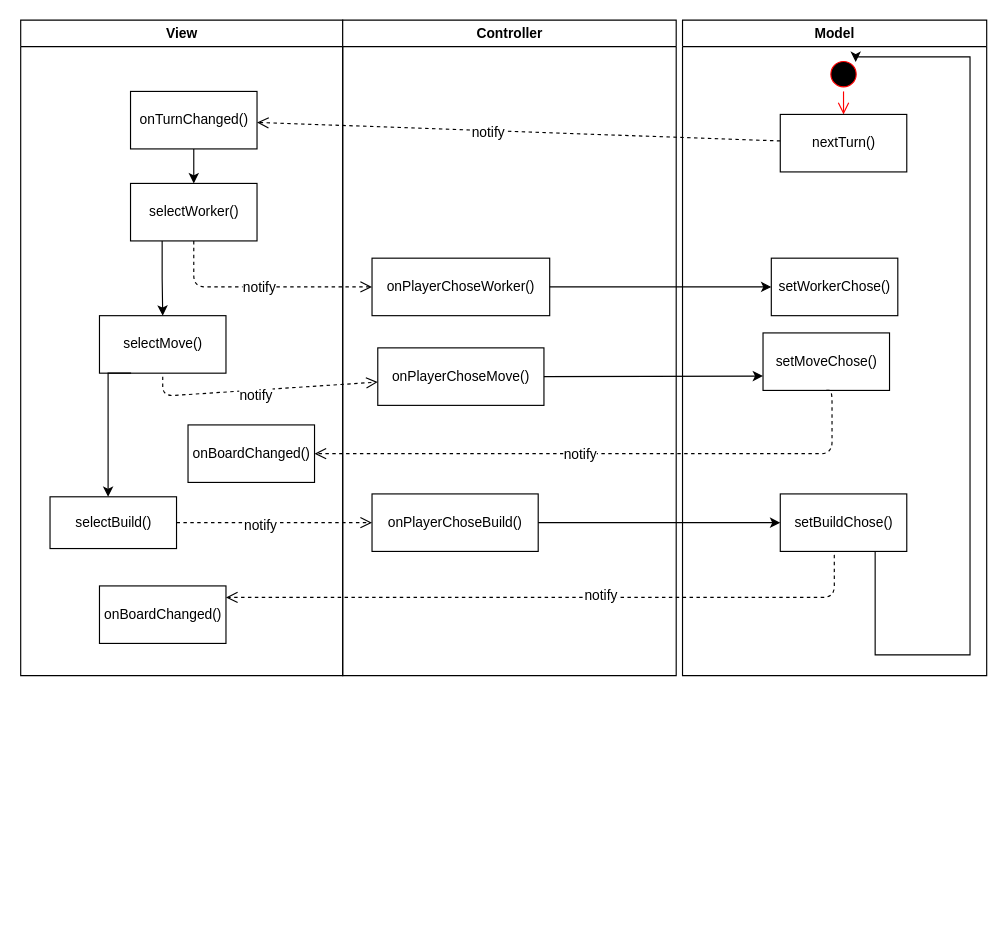
Above: Sequence Diagram - Turno di Gioco.drawio in massitaverna/ing-sw-2020-taverna-sorrentino-stagnoli (draw.io), before the change. Source tidied: cells renumbered, new cells numbered last; positions are measured from the earlier drawing's top-left corner, leaving out a move shared by most shapes. Both pictures are drawn from the tidied source at 115%, with x=0, y=0 at pixel (20, 20).
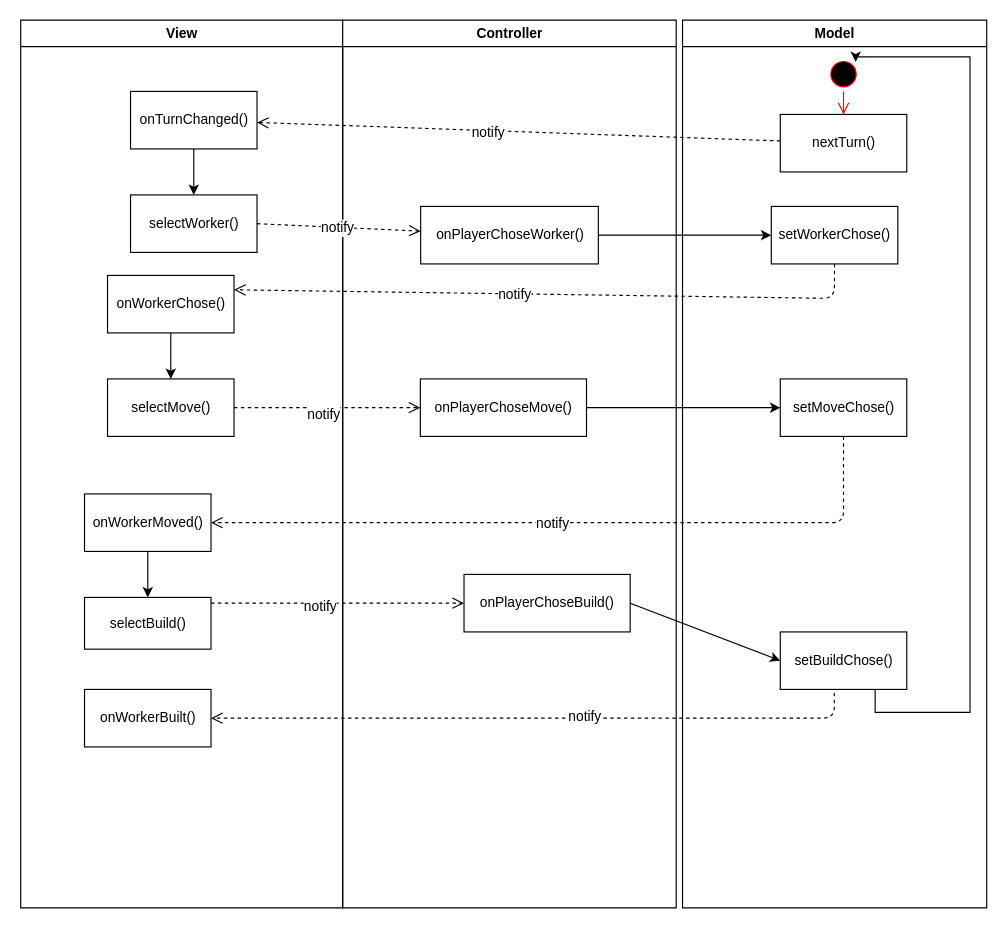
The same page after the edit.

The change refers to these unchanged cells:
```xml
<mxCell id="17" style="ellipse;html=1;shape=startState;fillColor=#000000;strokeColor=#ff0000;" parent="16" vertex="1">
  <mxGeometry x="125" y="32" width="30" height="30" as="geometry" />
</mxCell>
```

What changed in the source:
```diff
@@
     <mxCell id="2" value="View" style="swimlane;whiteSpace=wrap;" parent="1" vertex="1">
-      <mxGeometry x="0.5" width="280" height="570" as="geometry" />
+      <mxGeometry x="0.5" width="280" height="772" as="geometry" />
     </mxCell>
     <mxCell id="3" value="selectWorker()" style="html=1;" parent="2" vertex="1">
-      <mxGeometry x="95.5" y="142" width="110" height="50" as="geometry" />
+      <mxGeometry x="95.5" y="152" width="110" height="50" as="geometry" />
     </mxCell>
     <mxCell id="4" value="selectMove()" style="html=1;" parent="2" vertex="1">
-      <mxGeometry x="68.5" y="257" width="110" height="50" as="geometry" />
+      <mxGeometry x="75.5" y="312" width="110" height="50" as="geometry" />
     </mxCell>
-    <mxCell id="5" style="edgeStyle=orthogonalEdgeStyle;rounded=0;jettySize=auto;html=1;exitX=0.25;exitY=1;exitDx=0;exitDy=0;" parent="2" edge="1" source="3" target="4">
-      <mxGeometry relative="1" as="geometry" />
-    </mxCell>
@@
-    <mxCell id="8" value="onBoardChanged()" style="html=1;" parent="2" vertex="1">
-      <mxGeometry x="68.5" y="492" width="110" height="50" as="geometry" />
+    <mxCell id="8" value="onWorkerBuilt()" style="html=1;" parent="2" vertex="1">
+      <mxGeometry x="55.5" y="582" width="110" height="50" as="geometry" />
     </mxCell>
     <mxCell id="9" value="selectBuild()" style="html=1;" parent="2" vertex="1">
-      <mxGeometry x="25.5" y="414.5" width="110" height="45" as="geometry" />
+      <mxGeometry x="55.5" y="502" width="110" height="45" as="geometry" />
     </mxCell>
-    <mxCell id="10" style="edgeStyle=orthogonalEdgeStyle;rounded=0;jettySize=auto;html=1;exitX=0.25;exitY=1;exitDx=0;exitDy=0;" parent="2" edge="1" source="4" target="9">
-      <mxGeometry relative="1" as="geometry">
-        <Array as="points">
-          <mxPoint x="76" y="307" />
-        </Array>
-      </mxGeometry>
-    </mxCell>
-    <mxCell id="11" value="onBoardChanged()" style="html=1;" parent="2" vertex="1">
-      <mxGeometry x="145.5" y="352" width="110" height="50" as="geometry" />
+    <mxCell id="11" value="onWorkerMoved()" style="html=1;" parent="2" vertex="1">
+      <mxGeometry x="55.5" y="412" width="110" height="50" as="geometry" />
     </mxCell>
+    <mxCell id="39" style="edgeStyle=orthogonalEdgeStyle;rounded=0;jettySize=auto;html=1;exitX=0.5;exitY=1;exitDx=0;exitDy=0;entryX=0.5;entryY=0;entryDx=0;entryDy=0;" parent="2" edge="1" source="11" target="9">
+      <mxGeometry relative="1" as="geometry" />
+    </mxCell>
+    <mxCell id="40" style="edgeStyle=orthogonalEdgeStyle;rounded=0;jettySize=auto;html=1;exitX=0.5;exitY=1;exitDx=0;exitDy=0;entryX=0.5;entryY=0;entryDx=0;entryDy=0;" parent="2" edge="1" source="41" target="4">
+      <mxGeometry relative="1" as="geometry" />
+    </mxCell>
+    <mxCell id="41" value="onWorkerChose()" style="html=1;" parent="2" vertex="1">
+      <mxGeometry x="75.5" y="222" width="110" height="50" as="geometry" />
+    </mxCell>
     <mxCell id="12" value="Controller" style="swimlane;whiteSpace=wrap;" parent="1" vertex="1">
-      <mxGeometry x="280.5" width="290" height="570" as="geometry" />
+      <mxGeometry x="280.5" width="290" height="772" as="geometry" />
     </mxCell>
     <mxCell id="13" value="onPlayerChoseWorker()" style="html=1;" parent="12" vertex="1">
-      <mxGeometry x="25.5" y="207" width="154.5" height="50" as="geometry" />
+      <mxGeometry x="67.8" y="162" width="154.5" height="50" as="geometry" />
     </mxCell>
     <mxCell id="14" value="onPlayerChoseMove()" style="html=1;" parent="12" vertex="1">
-      <mxGeometry x="30.5" y="285" width="144.5" height="50" as="geometry" />
+      <mxGeometry x="67.5" y="312" width="144.5" height="50" as="geometry" />
     </mxCell>
     <mxCell id="15" value="onPlayerChoseBuild()" style="html=1;" parent="12" vertex="1">
-      <mxGeometry x="25.5" y="412" width="144.5" height="50" as="geometry" />
+      <mxGeometry x="105.5" y="482" width="144.5" height="50" as="geometry" />
     </mxCell>
     <mxCell id="16" value="Model" style="swimlane;whiteSpace=wrap;" parent="1" vertex="1">
-      <mxGeometry x="576" width="264.5" height="570" as="geometry" />
+      <mxGeometry x="576" width="264.5" height="772" as="geometry" />
     </mxCell>
@@
     <mxCell id="20" value="setWorkerChose()" style="html=1;" parent="16" vertex="1">
-      <mxGeometry x="77.2" y="207" width="110" height="50" as="geometry" />
+      <mxGeometry x="77.2" y="162" width="110" height="50" as="geometry" />
     </mxCell>
     <mxCell id="21" value="setMoveChose()" style="html=1;" parent="16" vertex="1">
-      <mxGeometry x="70" y="272" width="110" height="50" as="geometry" />
+      <mxGeometry x="85" y="312" width="110" height="50" as="geometry" />
     </mxCell>
     <mxCell id="22" value="setBuildChose()" style="html=1;" parent="16" vertex="1">
-      <mxGeometry x="85" y="412" width="110" height="50" as="geometry" />
+      <mxGeometry x="85" y="532" width="110" height="50" as="geometry" />
     </mxCell>
     <mxCell id="23" style="edgeStyle=orthogonalEdgeStyle;rounded=0;jettySize=auto;html=1;exitX=0.75;exitY=1;exitDx=0;exitDy=0;entryX=1;entryY=0;entryDx=0;entryDy=0;" parent="16" edge="1" source="22" target="17">
       <mxGeometry relative="1" as="geometry">
         <Array as="points">
-          <mxPoint x="168" y="552" />
-          <mxPoint x="250" y="552" />
+          <mxPoint x="168" y="602" />
+          <mxPoint x="250" y="602" />
           <mxPoint x="250" y="32" />
           <mxPoint x="151" y="32" />
         </Array>
       </mxGeometry>
     </mxCell>
@@
-    <mxCell id="26" style="html=1;verticalAlign=bottom;endArrow=open;dashed=1;endSize=8;fontFamily=Helvetica;fontSize=11;fontColor=#000000;align=center;strokeColor=#000000;" parent="1" edge="1" source="3" target="13">
-      <mxGeometry relative="1" as="geometry">
-        <Array as="points">
-          <mxPoint x="151" y="232" />
-        </Array>
-      </mxGeometry>
+    <mxCell id="26" style="html=1;verticalAlign=bottom;endArrow=open;dashed=1;endSize=8;fontFamily=Helvetica;fontSize=11;fontColor=#000000;align=center;strokeColor=#000000;exitX=1;exitY=0.5;exitDx=0;exitDy=0;" parent="1" edge="1" source="3" target="13">
+      <mxGeometry relative="1" as="geometry" />
     </mxCell>
@@
-    <mxCell id="28" style="html=1;verticalAlign=bottom;endArrow=open;dashed=1;endSize=8;fontFamily=Helvetica;fontSize=11;fontColor=#000000;align=center;strokeColor=#000000;" parent="1" edge="1" target="14">
-      <mxGeometry relative="1" as="geometry">
-        <mxPoint x="124" y="310" as="sourcePoint" />
-        <Array as="points">
-          <mxPoint x="124" y="327" />
-        </Array>
-      </mxGeometry>
+    <mxCell id="28" style="html=1;verticalAlign=bottom;endArrow=open;dashed=1;endSize=8;fontFamily=Helvetica;fontSize=11;fontColor=#000000;align=center;strokeColor=#000000;exitX=1;exitY=0.5;exitDx=0;exitDy=0;" parent="1" edge="1" source="4" target="14">
+      <mxGeometry relative="1" as="geometry" />
     </mxCell>
@@
     <mxCell id="30" style="html=1;verticalAlign=bottom;endArrow=open;dashed=1;endSize=8;fontFamily=Helvetica;fontSize=11;fontColor=#000000;align=center;strokeColor=#000000;edgeStyle=orthogonalEdgeStyle;" parent="1" edge="1" source="9" target="15">
       <mxGeometry relative="1" as="geometry">
         <Array as="points">
-          <mxPoint x="126" y="447" />
+          <mxPoint x="316" y="507" />
+          <mxPoint x="316" y="507" />
         </Array>
       </mxGeometry>
     </mxCell>
@@
-    <mxCell id="34" style="endArrow=classic;html=1;exitX=1;exitY=0.5;exitDx=0;exitDy=0;entryX=0;entryY=0.75;entryDx=0;entryDy=0;" parent="1" edge="1" source="14" target="21">
+    <mxCell id="34" style="endArrow=classic;html=1;exitX=1;exitY=0.5;exitDx=0;exitDy=0;entryX=0;entryY=0.5;entryDx=0;entryDy=0;" parent="1" edge="1" source="14" target="21">
       <mxGeometry relative="1" as="geometry" />
     </mxCell>
     <mxCell id="35" style="html=1;verticalAlign=bottom;endArrow=open;dashed=1;endSize=8;fontFamily=Helvetica;fontSize=11;fontColor=#000000;align=center;strokeColor=#000000;edgeStyle=orthogonalEdgeStyle;exitX=0.427;exitY=1.06;exitDx=0;exitDy=0;exitPerimeter=0;" parent="1" edge="1" source="22" target="8">
       <mxGeometry relative="1" as="geometry">
         <Array as="points">
-          <mxPoint x="708" y="502" />
+          <mxPoint x="708" y="607" />
         </Array>
       </mxGeometry>
     </mxCell>
@@
     <mxCell id="37" style="html=1;verticalAlign=bottom;endArrow=open;dashed=1;endSize=8;fontFamily=Helvetica;fontSize=11;fontColor=#000000;align=center;strokeColor=#000000;edgeStyle=orthogonalEdgeStyle;exitX=0.5;exitY=1;exitDx=0;exitDy=0;entryX=1;entryY=0.5;entryDx=0;entryDy=0;" parent="1" edge="1" source="21" target="11">
       <mxGeometry relative="1" as="geometry">
         <Array as="points">
-          <mxPoint x="706" y="322" />
-          <mxPoint x="706" y="377" />
+          <mxPoint x="716" y="437" />
         </Array>
       </mxGeometry>
     </mxCell>
@@
+    <mxCell id="42" style="html=1;verticalAlign=bottom;endArrow=open;dashed=1;endSize=8;fontFamily=Helvetica;fontSize=11;fontColor=#000000;align=center;strokeColor=#000000;exitX=0.5;exitY=1;exitDx=0;exitDy=0;entryX=1;entryY=0.25;entryDx=0;entryDy=0;" parent="1" edge="1" source="20" target="41">
+      <mxGeometry relative="1" as="geometry">
+        <Array as="points">
+          <mxPoint x="708" y="242" />
+        </Array>
+      </mxGeometry>
+    </mxCell>
+    <mxCell id="43" value="notify" style="text;html=1;align=center;verticalAlign=middle;labelBackgroundColor=#ffffff;" parent="42" vertex="1">
+      <mxGeometry x="0.12" y="1" relative="1" as="geometry" />
+    </mxCell>
```
